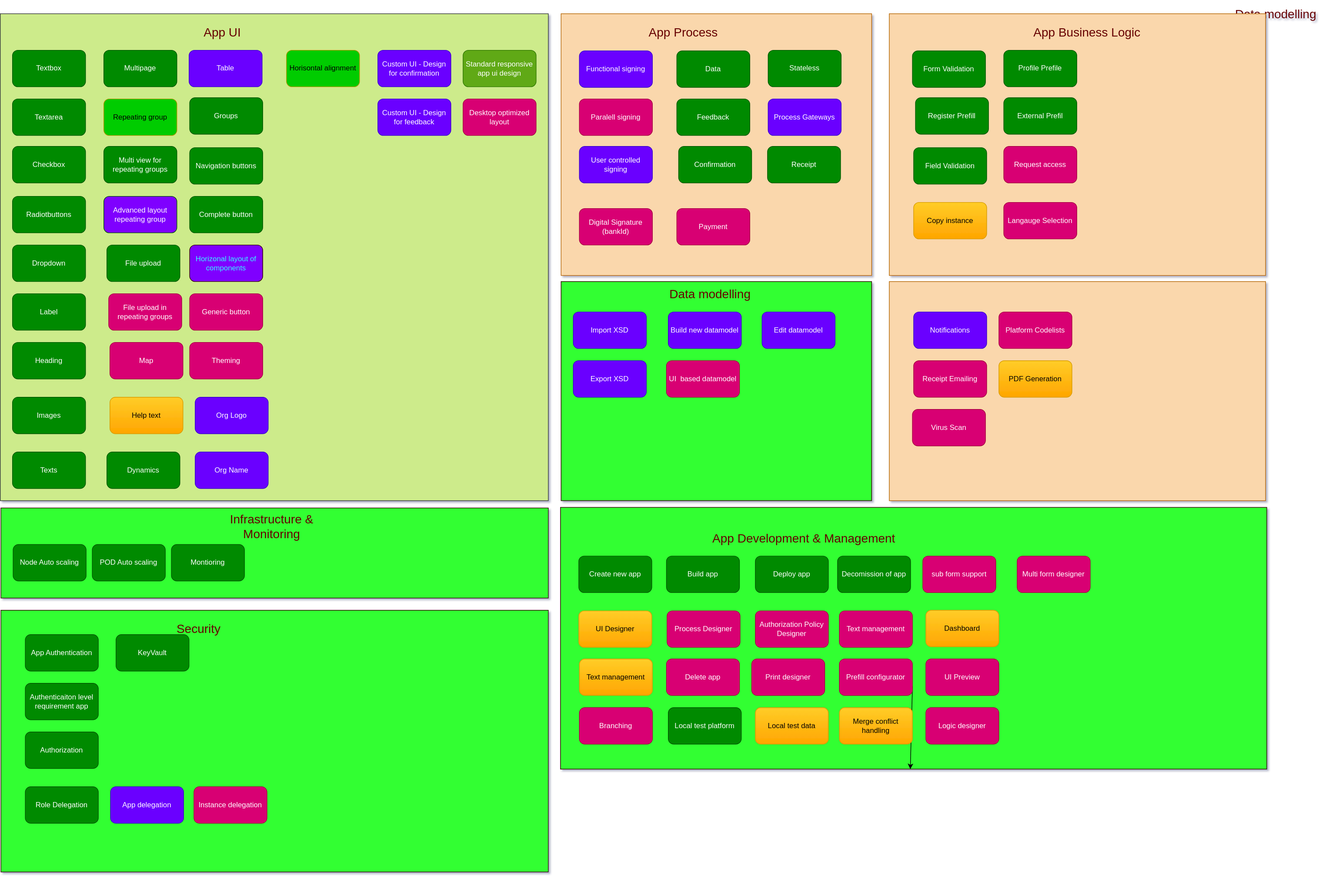
Before: content/community/roadmap/productfeatures.drawio.svg, a diagram exported from draw.io (Altinn/altinn-studio-docs). Source tidied: cells renumbered, new cells last; positions are measured from the earlier drawing's top-left corner, leaving out a move shared by most shapes.
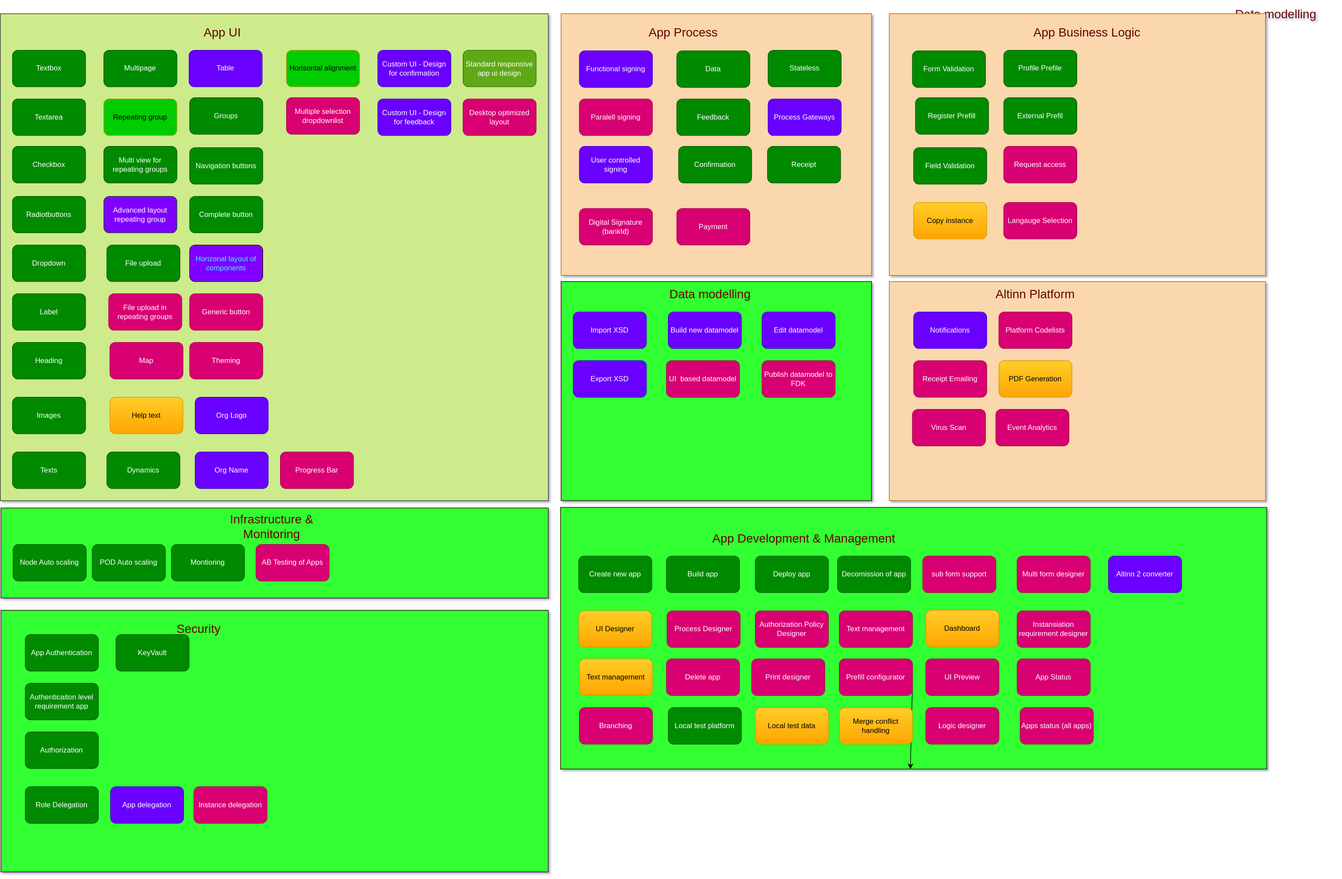
Above is the later version.

Change to the diagram source:
```diff
@@ -329,5 +329,35 @@
     <mxCell id="110" value="Theming" style="rounded=1;whiteSpace=wrap;html=1;fontSize=12;fontColor=#ffffff;strokeColor=#A50040;strokeWidth=1;fillColor=#d80073;" parent="1" vertex="1">
       <mxGeometry x="311" y="560" width="120" height="60" as="geometry" />
     </mxCell>
+    <mxCell id="111" value="Publish datamodel to FDK" style="rounded=1;whiteSpace=wrap;html=1;fillColor=#d80073;strokeColor=#A50040;fontColor=#ffffff;" parent="1" vertex="1">
+      <mxGeometry x="1251" y="590" width="120" height="60" as="geometry" />
+    </mxCell>
+    <mxCell id="112" value="Altinn Platform" style="text;html=1;align=center;verticalAlign=middle;whiteSpace=wrap;rounded=0;strokeWidth=5;fontSize=20;fontColor=#660000;" parent="1" vertex="1">
+      <mxGeometry x="1605" y="460" width="190" height="40" as="geometry" />
+    </mxCell>
+    <mxCell id="113" value="Event Analytics" style="rounded=1;whiteSpace=wrap;html=1;fontSize=12;fontColor=#ffffff;strokeWidth=1;fillColor=#d80073;strokeColor=#A50040;" parent="1" vertex="1">
+      <mxGeometry x="1635" y="670" width="120" height="60" as="geometry" />
+    </mxCell>
+    <mxCell id="114" value="AB Testing of Apps" style="rounded=1;whiteSpace=wrap;html=1;fillColor=#d80073;strokeColor=#A50040;fontColor=#ffffff;" parent="1" vertex="1">
+      <mxGeometry x="420" y="892" width="120" height="60" as="geometry" />
+    </mxCell>
+    <mxCell id="115" value="Instansiation requirement designer" style="rounded=1;whiteSpace=wrap;html=1;fillColor=#d80073;strokeColor=#A50040;fontColor=#ffffff;" parent="1" vertex="1">
+      <mxGeometry x="1670" y="1001" width="120" height="60" as="geometry" />
+    </mxCell>
+    <mxCell id="116" value="App Status" style="rounded=1;whiteSpace=wrap;html=1;fillColor=#d80073;strokeColor=#A50040;fontColor=#ffffff;" parent="1" vertex="1">
+      <mxGeometry x="1670" y="1080" width="120" height="60" as="geometry" />
+    </mxCell>
+    <mxCell id="117" value="Apps status (all apps)" style="rounded=1;whiteSpace=wrap;html=1;fillColor=#d80073;strokeColor=#A50040;fontColor=#ffffff;" parent="1" vertex="1">
+      <mxGeometry x="1675" y="1160" width="120" height="60" as="geometry" />
+    </mxCell>
+    <mxCell id="118" value="Progress Bar" style="rounded=1;whiteSpace=wrap;html=1;fontSize=12;fontColor=#ffffff;strokeColor=#A50040;strokeWidth=1;fillColor=#d80073;" parent="1" vertex="1">
+      <mxGeometry x="460" y="740" width="120" height="60" as="geometry" />
+    </mxCell>
+    <mxCell id="119" value="Altinn 2 converter" style="rounded=1;whiteSpace=wrap;html=1;fillColor=#6a00ff;strokeColor=#3700CC;fontColor=#ffffff;" parent="1" vertex="1">
+      <mxGeometry x="1820" y="911" width="120" height="60" as="geometry" />
+    </mxCell>
+    <mxCell id="120" value="Multiple selection dropdownlist" style="rounded=1;whiteSpace=wrap;html=1;fillColor=#d80073;strokeColor=#A50040;fontColor=#ffffff;" parent="1" vertex="1">
+      <mxGeometry x="470" y="158" width="120" height="60" as="geometry" />
+    </mxCell>
   </root>
 </mxGraphModel>
```
